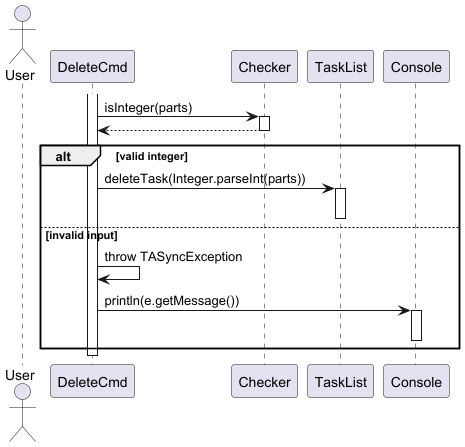
This is docs/diagrams/tasklistcommands/DeleteTaskCommandSequenceDiagram.png from wongyihao02/tp, a PlantUML export, as it was before one commit.
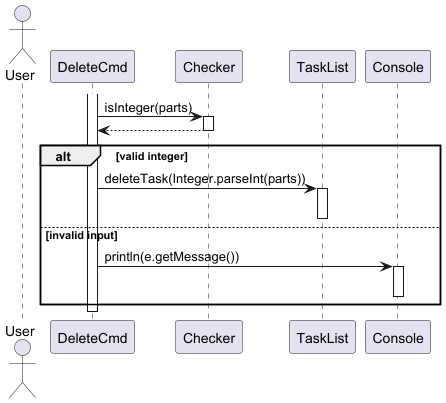
The same diagram one commit later.

The edit, as a diff of the source:
```diff
@@ -13,7 +13,6 @@
     activate TaskList
     deactivate TaskList
 else invalid input
-    DeleteCmd -> DeleteCmd : throw TASyncException
     DeleteCmd -> Console : println(e.getMessage())
     activate Console
     deactivate Console
```
